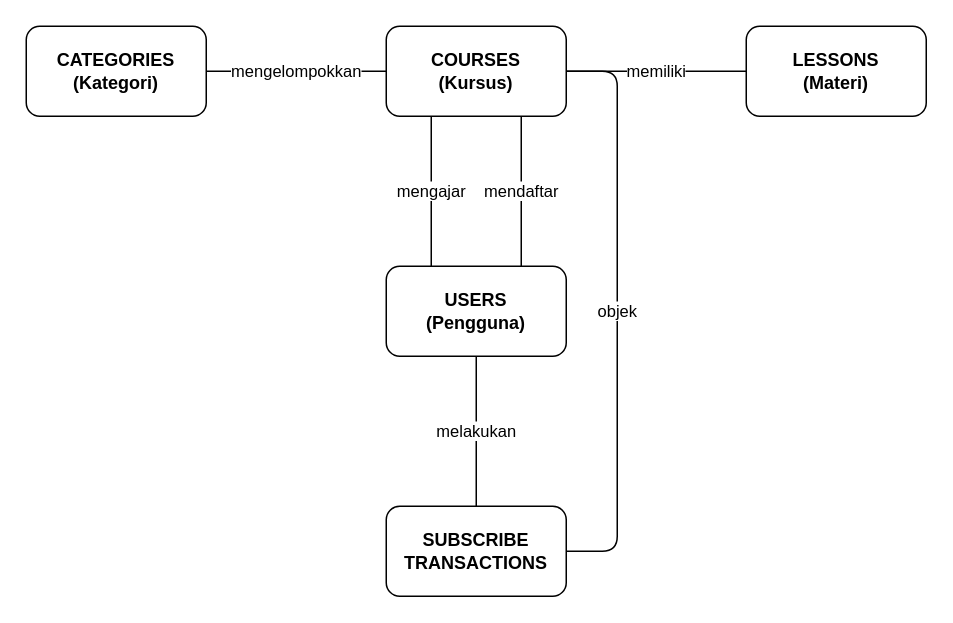
Above: cdm_diagram.drawio in azharaul/Codemy (draw.io), before the change. Source tidied: cells renumbered, new cells numbered last; positions are measured from the earlier drawing's top-left corner, leaving out a move shared by most shapes. Both pictures are drawn from the tidied source at 150%, with x=0, y=0 at pixel (26, 26).
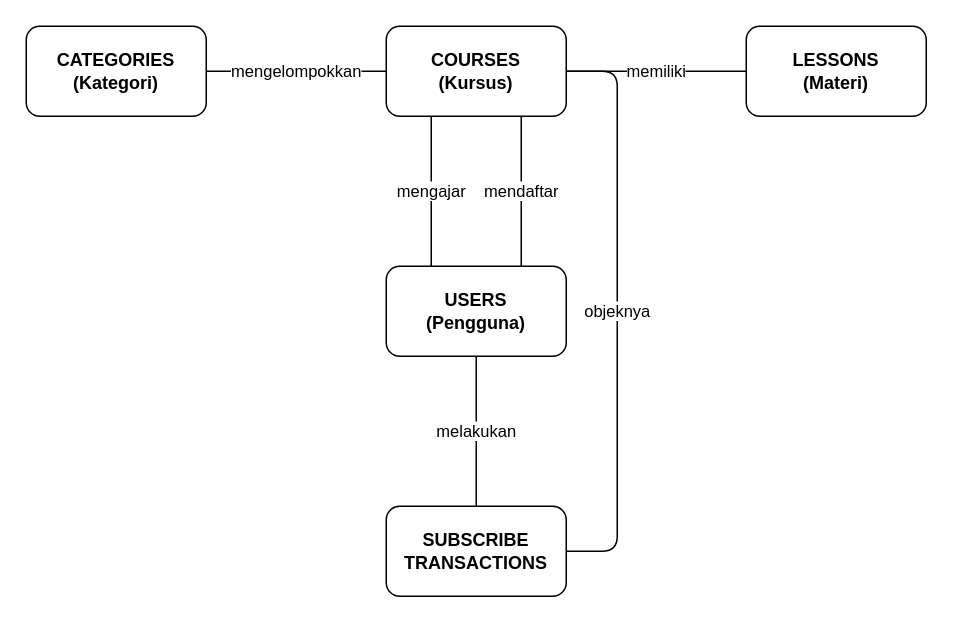
After the change.

What changed in the source:
```diff
@@
 <mxGraphModel>
   <root>
     <mxCell id="0" />
     <mxCell id="1" parent="0" />
     <mxCell id="2" value="USERS&#10;(Pengguna)" style="rounded=1;whiteSpace=wrap;html=1;fontStyle=1;" parent="1" vertex="1">
       <mxGeometry x="240" y="160" width="120" height="60" as="geometry" />
     </mxCell>
     <mxCell id="3" value="COURSES&#10;(Kursus)" style="rounded=1;whiteSpace=wrap;html=1;fontStyle=1;" parent="1" vertex="1">
       <mxGeometry x="240" width="120" height="60" as="geometry" />
     </mxCell>
     <mxCell id="4" value="CATEGORIES&#10;(Kategori)" style="rounded=1;whiteSpace=wrap;html=1;fontStyle=1;" parent="1" vertex="1">
       <mxGeometry width="120" height="60" as="geometry" />
     </mxCell>
     <mxCell id="5" value="LESSONS&#10;(Materi)" style="rounded=1;whiteSpace=wrap;html=1;fontStyle=1;fillColor=default;" parent="1" vertex="1">
       <mxGeometry x="480" width="120" height="60" as="geometry" />
     </mxCell>
     <mxCell id="6" value="SUBSCRIBE&#10;TRANSACTIONS" style="rounded=1;whiteSpace=wrap;html=1;fontStyle=1;" parent="1" vertex="1">
       <mxGeometry x="240" y="320" width="120" height="60" as="geometry" />
     </mxCell>
     <mxCell id="7" value="mengelompokkan" style="endArrow=none;html=1;entryX=0;entryY=0.5;entryDx=0;entryDy=0;exitX=1;exitY=0.5;exitDx=0;exitDy=0;" parent="1" edge="1" source="4" target="3">
       <mxGeometry relative="1" as="geometry" />
     </mxCell>
     <mxCell id="8" value="memiliki" style="endArrow=none;html=1;entryX=0;entryY=0.5;entryDx=0;entryDy=0;exitX=1;exitY=0.5;exitDx=0;exitDy=0;" parent="1" edge="1" source="3" target="5">
       <mxGeometry relative="1" as="geometry" />
     </mxCell>
     <mxCell id="9" value="mengajar" style="endArrow=none;html=1;entryX=0.25;entryY=1;entryDx=0;entryDy=0;exitX=0.25;exitY=0;exitDx=0;exitDy=0;" parent="1" edge="1" source="2" target="3">
       <mxGeometry relative="1" as="geometry" />
     </mxCell>
     <mxCell id="10" value="mendaftar" style="endArrow=none;html=1;entryX=0.75;entryY=1;entryDx=0;entryDy=0;exitX=0.75;exitY=0;exitDx=0;exitDy=0;" parent="1" edge="1" source="2" target="3">
       <mxGeometry relative="1" as="geometry" />
     </mxCell>
     <mxCell id="11" value="melakukan" style="endArrow=none;html=1;entryX=0.5;entryY=0;entryDx=0;entryDy=0;exitX=0.5;exitY=1;exitDx=0;exitDy=0;" parent="1" edge="1" source="2" target="6">
       <mxGeometry relative="1" as="geometry" />
     </mxCell>
-    <mxCell id="12" value="objek" style="endArrow=none;html=1;entryX=1;entryY=0.5;entryDx=0;entryDy=0;exitX=1;exitY=0.5;exitDx=0;exitDy=0;edgeStyle=orthogonalEdgeStyle;" parent="1" edge="1" source="3" target="6">
+    <mxCell id="12" value="objeknya" style="endArrow=none;html=1;entryX=1;entryY=0.5;entryDx=0;entryDy=0;exitX=1;exitY=0.5;exitDx=0;exitDy=0;edgeStyle=orthogonalEdgeStyle;" parent="1" edge="1" source="3" target="6">
       <mxGeometry relative="1" as="geometry">
         <Array as="points">
           <mxPoint x="394" y="30" />
           <mxPoint x="394" y="350" />
         </Array>
       </mxGeometry>
     </mxCell>
   </root>
 </mxGraphModel>
```
